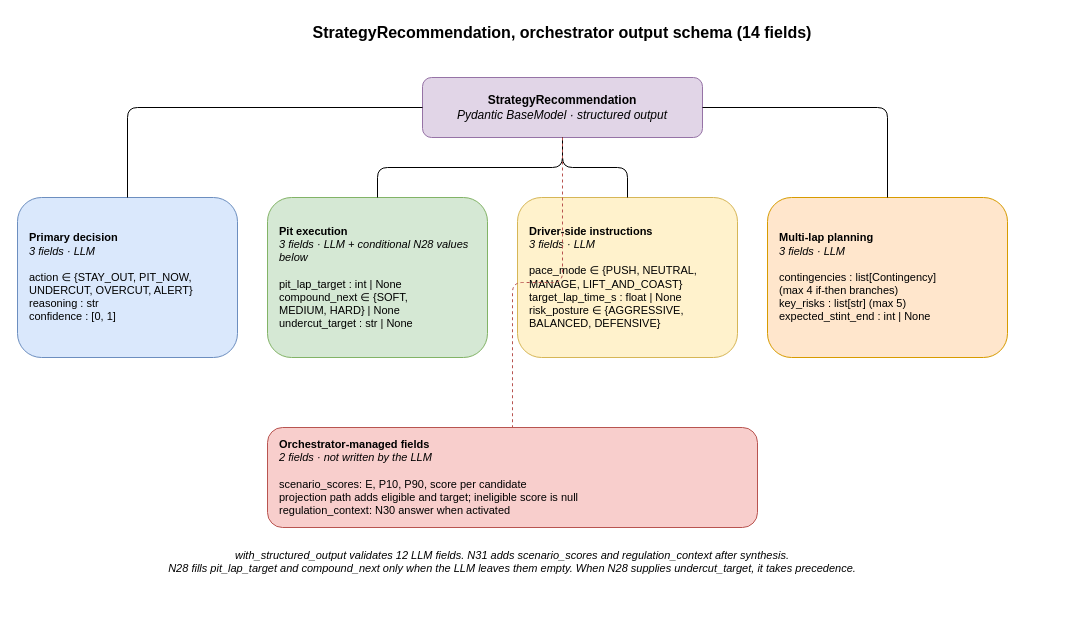
VforVitorio/F1-StratLab keeps this draw.io diagram as documents/dev_docs/diagrams/agents/strategy_recommendation_schema.drawio. Above is the earlier version. Source tidied: cells renumbered, new cells numbered last; positions are measured from the earlier drawing's top-left corner, leaving out a move shared by most shapes. Both pictures are drawn from the tidied source at 100%, with x=0, y=0 at pixel (17, 17).
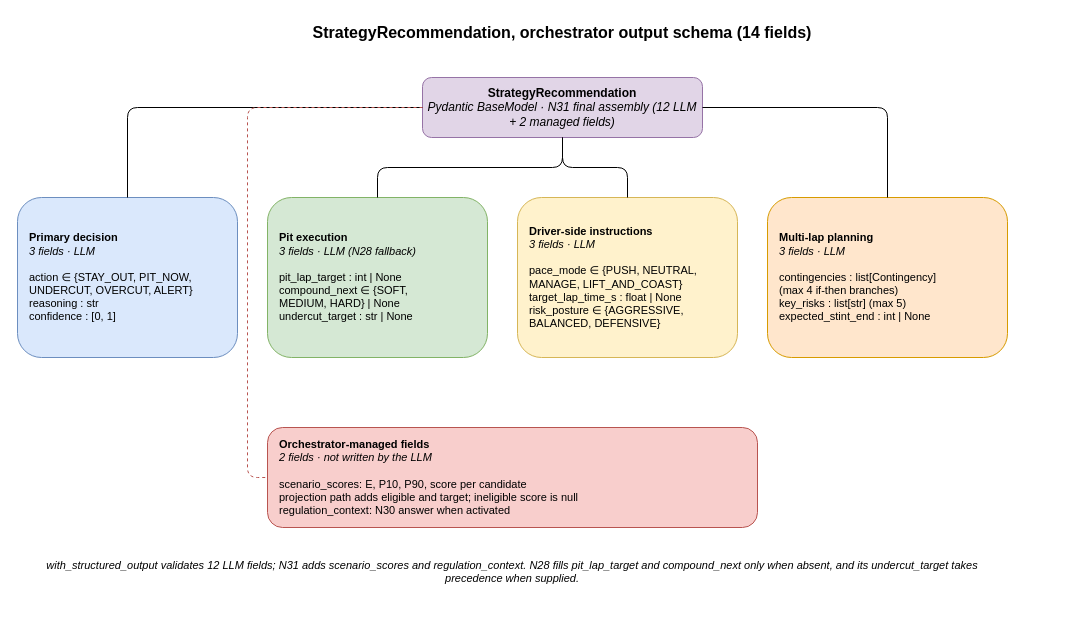
Above is the later version.

What changed in the source:
```diff
@@
 <mxGraphModel>
   <root>
     <mxCell id="0" />
     <mxCell id="1" parent="0" />
     <mxCell id="2" value="StrategyRecommendation, orchestrator output schema (14 fields)" style="text;html=1;strokeColor=none;fillColor=none;align=center;verticalAlign=middle;whiteSpace=wrap;fontSize=16;fontStyle=1;" parent="1" vertex="1">
       <mxGeometry x="60" width="970" height="30" as="geometry" />
     </mxCell>
-    <mxCell id="3" value="&lt;b&gt;StrategyRecommendation&lt;/b&gt;&lt;br/&gt;&lt;i&gt;Pydantic BaseModel · structured output&lt;/i&gt;" style="rounded=1;whiteSpace=wrap;html=1;fillColor=#e1d5e7;strokeColor=#9673a6;fontSize=12;" parent="1" vertex="1">
+    <mxCell id="3" value="&lt;b&gt;StrategyRecommendation&lt;/b&gt;&lt;br/&gt;&lt;i&gt;Pydantic BaseModel · N31 final assembly (12 LLM + 2 managed fields)&lt;/i&gt;" style="rounded=1;whiteSpace=wrap;html=1;fillColor=#e1d5e7;strokeColor=#9673a6;fontSize=12;" parent="1" vertex="1">
       <mxGeometry x="405" y="60" width="280" height="60" as="geometry" />
     </mxCell>
     <mxCell id="4" value="&lt;b&gt;Primary decision&lt;/b&gt;&lt;br/&gt;&lt;i&gt;3 fields · LLM&lt;/i&gt;&lt;br/&gt;&lt;br/&gt;action ∈ {STAY_OUT, PIT_NOW,&lt;br/&gt;UNDERCUT, OVERCUT, ALERT}&lt;br/&gt;reasoning : str&lt;br/&gt;confidence : [0, 1]" style="rounded=1;whiteSpace=wrap;html=1;fillColor=#dae8fc;strokeColor=#6c8ebf;fontSize=11;align=left;spacingLeft=10;" parent="1" vertex="1">
       <mxGeometry y="180" width="220" height="160" as="geometry" />
     </mxCell>
-    <mxCell id="5" value="&lt;b&gt;Pit execution&lt;/b&gt;&lt;br/&gt;&lt;i&gt;3 fields · LLM + conditional N28 values below&lt;/i&gt;&lt;br/&gt;&lt;br/&gt;pit_lap_target : int | None&lt;br/&gt;compound_next ∈ {SOFT,&lt;br/&gt;MEDIUM, HARD} | None&lt;br/&gt;undercut_target : str | None" style="rounded=1;whiteSpace=wrap;html=1;fillColor=#d5e8d4;strokeColor=#82b366;fontSize=11;align=left;spacingLeft=10;" parent="1" vertex="1">
+    <mxCell id="5" value="&lt;b&gt;Pit execution&lt;/b&gt;&lt;br/&gt;&lt;i&gt;3 fields · LLM (N28 fallback)&lt;/i&gt;&lt;br/&gt;&lt;br/&gt;pit_lap_target : int | None&lt;br/&gt;compound_next ∈ {SOFT,&lt;br/&gt;MEDIUM, HARD} | None&lt;br/&gt;undercut_target : str | None" style="rounded=1;whiteSpace=wrap;html=1;fillColor=#d5e8d4;strokeColor=#82b366;fontSize=11;align=left;spacingLeft=10;" parent="1" vertex="1">
       <mxGeometry x="250" y="180" width="220" height="160" as="geometry" />
     </mxCell>
     <mxCell id="6" value="&lt;b&gt;Driver-side instructions&lt;/b&gt;&lt;br/&gt;&lt;i&gt;3 fields · LLM&lt;/i&gt;&lt;br/&gt;&lt;br/&gt;pace_mode ∈ {PUSH, NEUTRAL,&lt;br/&gt;MANAGE, LIFT_AND_COAST}&lt;br/&gt;target_lap_time_s : float | None&lt;br/&gt;risk_posture ∈ {AGGRESSIVE,&lt;br/&gt;BALANCED, DEFENSIVE}" style="rounded=1;whiteSpace=wrap;html=1;fillColor=#fff2cc;strokeColor=#d6b656;fontSize=11;align=left;spacingLeft=10;" parent="1" vertex="1">
       <mxGeometry x="500" y="180" width="220" height="160" as="geometry" />
     </mxCell>
     <mxCell id="7" value="&lt;b&gt;Multi-lap planning&lt;/b&gt;&lt;br/&gt;&lt;i&gt;3 fields · LLM&lt;/i&gt;&lt;br/&gt;&lt;br/&gt;contingencies : list[Contingency]&lt;br/&gt;(max 4 if-then branches)&lt;br/&gt;key_risks : list[str] (max 5)&lt;br/&gt;expected_stint_end : int | None" style="rounded=1;whiteSpace=wrap;html=1;fillColor=#ffe6cc;strokeColor=#d79b00;fontSize=11;align=left;spacingLeft=10;" parent="1" vertex="1">
       <mxGeometry x="750" y="180" width="240" height="160" as="geometry" />
     </mxCell>
     <mxCell id="8" value="&lt;b&gt;Orchestrator-managed fields&lt;/b&gt;&lt;br/&gt;&lt;i&gt;2 fields · not written by the LLM&lt;/i&gt;&lt;br/&gt;&lt;br/&gt;scenario_scores: E, P10, P90, score per candidate&lt;br/&gt;projection path adds eligible and target; ineligible score is null&lt;br/&gt;regulation_context: N30 answer when activated" style="rounded=1;whiteSpace=wrap;html=1;fillColor=#f8cecc;strokeColor=#b85450;fontSize=11;align=left;spacingLeft=10;" parent="1" vertex="1">
       <mxGeometry x="250" y="410" width="490" height="100" as="geometry" />
     </mxCell>
-    <mxCell id="9" value="with_structured_output validates 12 LLM fields. N31 adds scenario_scores and regulation_context after synthesis.&lt;br/&gt;N28 fills pit_lap_target and compound_next only when the LLM leaves them empty. When N28 supplies undercut_target, it takes precedence." style="text;html=1;strokeColor=none;fillColor=none;align=center;fontStyle=2;fontSize=11;whiteSpace=wrap;" parent="1" vertex="1">
-      <mxGeometry x="20" y="525" width="950" height="70" as="geometry" />
+    <mxCell id="9" value="with_structured_output validates 12 LLM fields; N31 adds scenario_scores and regulation_context. N28 fills pit_lap_target and compound_next only when absent, and its undercut_target takes precedence when supplied." style="text;html=1;strokeColor=none;fillColor=none;align=center;fontStyle=2;fontSize=11;whiteSpace=wrap;" parent="1" vertex="1">
+      <mxGeometry x="20" y="535" width="950" height="40" as="geometry" />
     </mxCell>
     <mxCell id="10" style="edgeStyle=orthogonalEdgeStyle;endArrow=none;" parent="1" edge="1" source="3" target="4">
       <mxGeometry relative="1" as="geometry" />
     </mxCell>
     <mxCell id="11" style="edgeStyle=orthogonalEdgeStyle;endArrow=none;" parent="1" edge="1" source="3" target="5">
       <mxGeometry relative="1" as="geometry" />
     </mxCell>
     <mxCell id="12" style="edgeStyle=orthogonalEdgeStyle;endArrow=none;" parent="1" edge="1" source="3" target="6">
       <mxGeometry relative="1" as="geometry" />
     </mxCell>
     <mxCell id="13" style="edgeStyle=orthogonalEdgeStyle;endArrow=none;" parent="1" edge="1" source="3" target="7">
       <mxGeometry relative="1" as="geometry" />
     </mxCell>
-    <mxCell id="14" style="edgeStyle=orthogonalEdgeStyle;endArrow=none;dashed=1;strokeColor=#b85450;" parent="1" edge="1" source="3" target="8">
-      <mxGeometry relative="1" as="geometry" />
+    <mxCell id="14" style="edgeStyle=orthogonalEdgeStyle;endArrow=none;dashed=1;strokeColor=#b85450;exitX=0;exitY=0.5;exitDx=0;exitDy=0;entryX=0;entryY=0.5;entryDx=0;entryDy=0;" parent="1" edge="1" source="3" target="8">
+      <mxGeometry relative="1" as="geometry">
+        <Array as="points">
+          <mxPoint x="230" y="90" />
+          <mxPoint x="230" y="460" />
+        </Array>
+      </mxGeometry>
     </mxCell>
   </root>
 </mxGraphModel>
```
